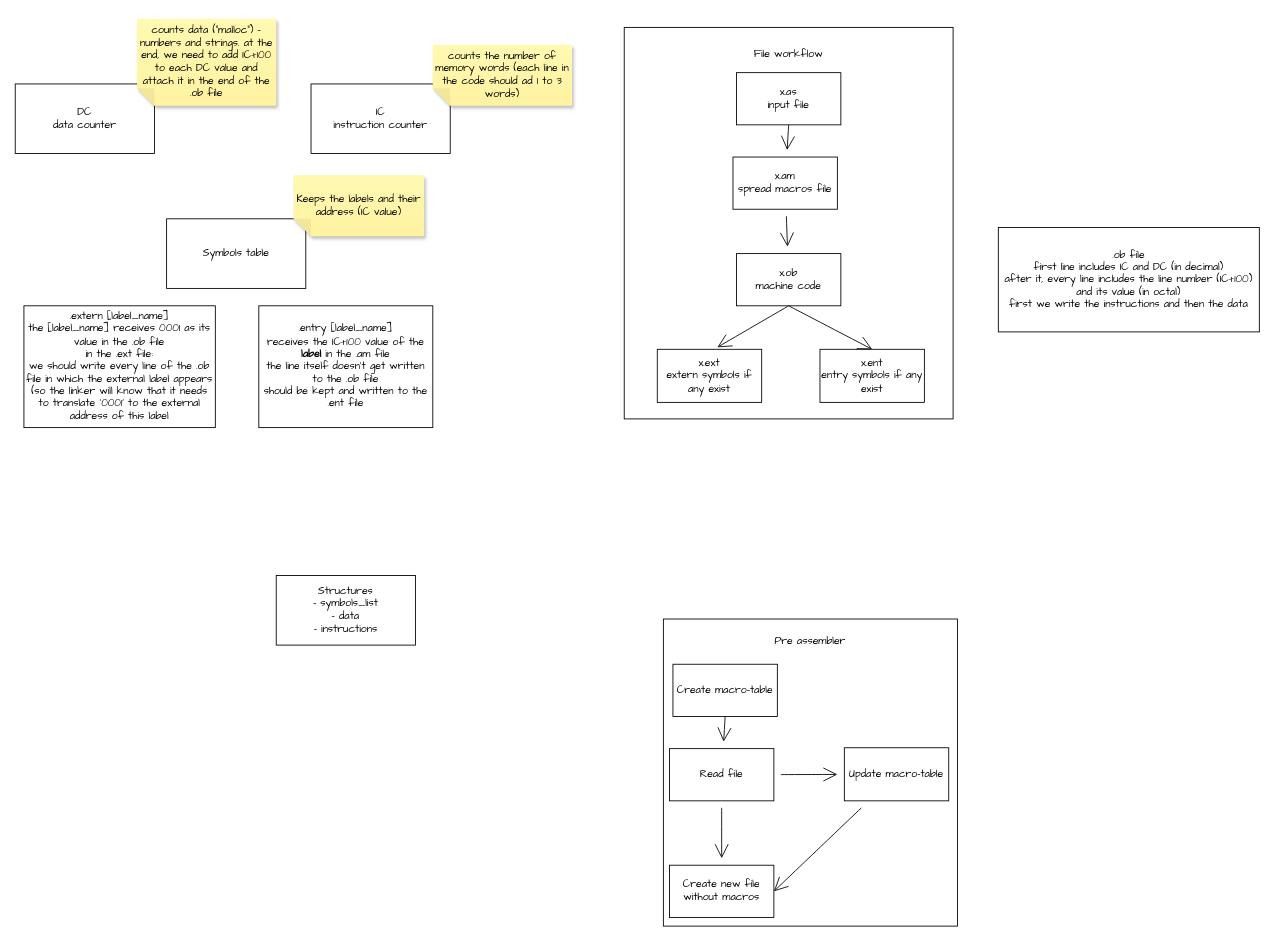
Above: page "Page-1" (1 of 3) of Assembler-planning.drawio in jonny-tr/OpenI-C-Project (draw.io), before the change. Source tidied: cells renumbered, new cells numbered last; positions are measured from the earlier drawing's top-left corner, leaving out a move shared by most shapes. Both pictures are drawn from the tidied source at 87%, with x=0, y=0 at pixel (15, 18).
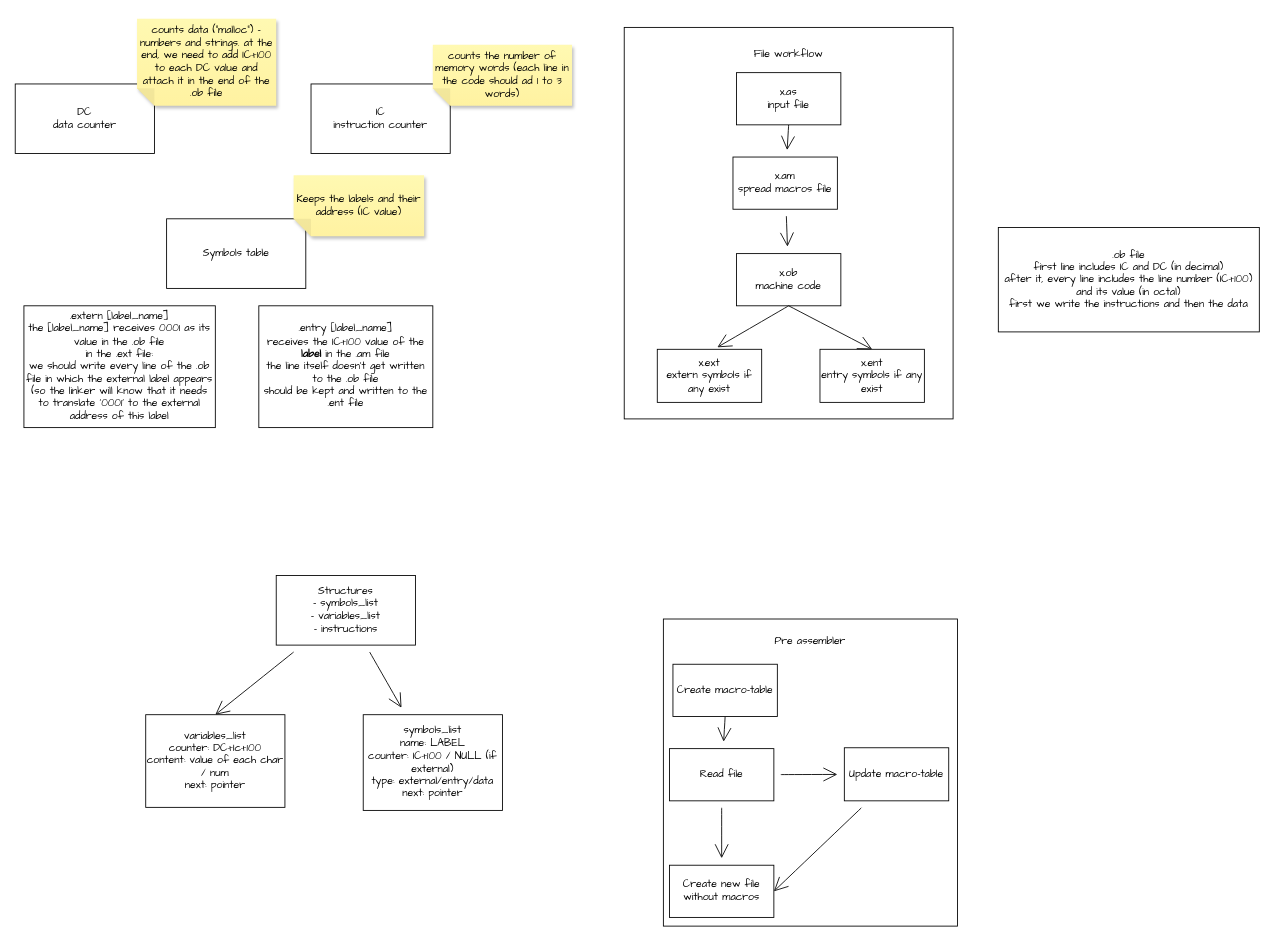
Above is the later version.

What changed in the source:
```diff
@@
+    <mxCell id="33" style="edgeStyle=none;curved=1;rounded=0;jettySize=auto;html=1;entryX=0.5;entryY=0;entryDx=0;entryDy=0;fontFamily=Architects Daughter;fontSize=16;startSize=14;endArrow=open;endSize=14;sourcePerimeterSpacing=8;targetPerimeterSpacing=8;" parent="1" edge="1" source="32" target="35">
+      <mxGeometry relative="1" as="geometry" />
+    </mxCell>
+    <mxCell id="34" style="edgeStyle=none;curved=1;rounded=0;jettySize=auto;html=1;fontFamily=Architects Daughter;fontSize=16;startSize=14;endArrow=open;endSize=14;sourcePerimeterSpacing=8;targetPerimeterSpacing=8;" parent="1" edge="1" source="32" target="36">
+      <mxGeometry relative="1" as="geometry" />
+    </mxCell>
-    <mxCell id="32" value="Structures&lt;div&gt;- symbols_list&lt;/div&gt;&lt;div&gt;- data&lt;/div&gt;&lt;div&gt;- instructions&lt;/div&gt;" style="rounded=0;whiteSpace=wrap;html=1;fontFamily=Architects Daughter;" parent="1" vertex="1">
+    <mxCell id="32" value="Structures&lt;div&gt;- symbols_list&lt;/div&gt;&lt;div&gt;- variables_list&lt;/div&gt;&lt;div&gt;- instructions&lt;/div&gt;" style="rounded=0;whiteSpace=wrap;html=1;fontFamily=Architects Daughter;" parent="1" vertex="1">
       <mxGeometry x="300" y="640" width="160" height="80" as="geometry" />
     </mxCell>
+    <mxCell id="35" value="&lt;div&gt;variables_list&lt;/div&gt;&lt;div&gt;counter: DC+Ic+100&lt;/div&gt;&lt;div&gt;content:&lt;span style=&quot;background-color: initial;&quot;&gt;&amp;nbsp;value of&amp;nbsp;&lt;/span&gt;&lt;span style=&quot;background-color: initial;&quot;&gt;each char / num&lt;/span&gt;&lt;/div&gt;&lt;div&gt;&lt;span style=&quot;background-color: initial;&quot;&gt;next: pointer&lt;/span&gt;&lt;/div&gt;" style="rounded=0;whiteSpace=wrap;html=1;fontFamily=Architects Daughter;" parent="1" vertex="1">
+      <mxGeometry x="150" y="800" width="160" height="106.5" as="geometry" />
+    </mxCell>
+    <mxCell id="36" value="symbols_list&lt;div&gt;name: LABEL&lt;/div&gt;&lt;div&gt;counter: IC+100 / NULL (if external)&lt;/div&gt;&lt;div&gt;type: external/entry/data&lt;/div&gt;&lt;div&gt;next: pointer&lt;/div&gt;" style="whiteSpace=wrap;html=1;fontFamily=Architects Daughter;rounded=0;" parent="1" vertex="1">
+      <mxGeometry x="400" y="800" width="160" height="110" as="geometry" />
+    </mxCell>
```
